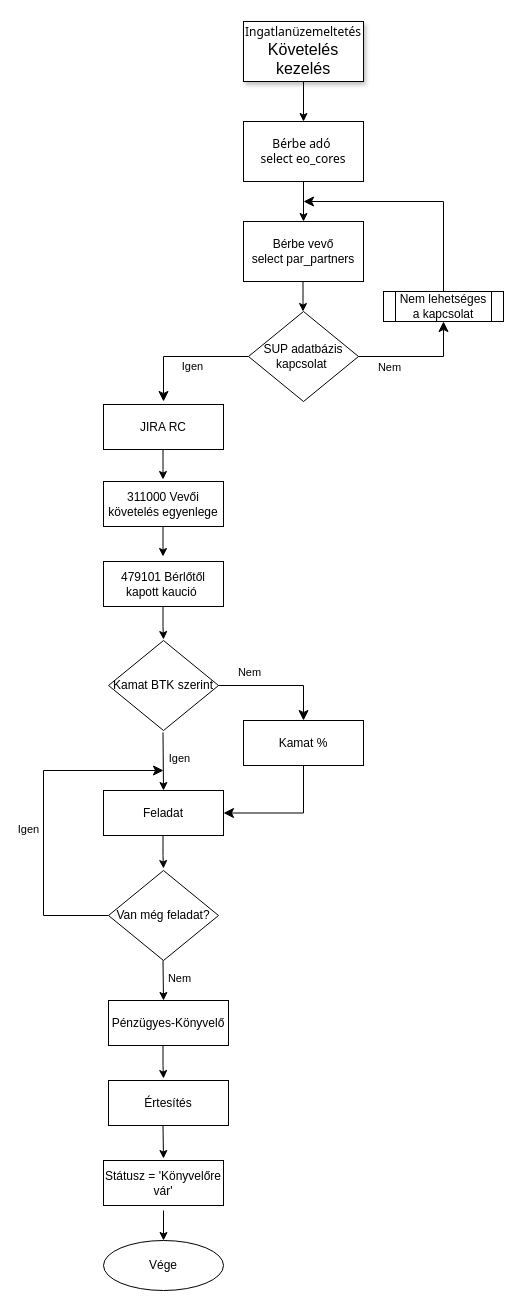
The draw.io diagram assets-input.drawio in Cgyulas0525/indotek_erp, before the edit. Source tidied: cells renumbered, new cells numbered last; positions are measured from the earlier drawing's top-left corner, leaving out a move shared by most shapes. Both pictures are drawn from the tidied source at 100%, with x=0, y=0 at pixel (43, 21).
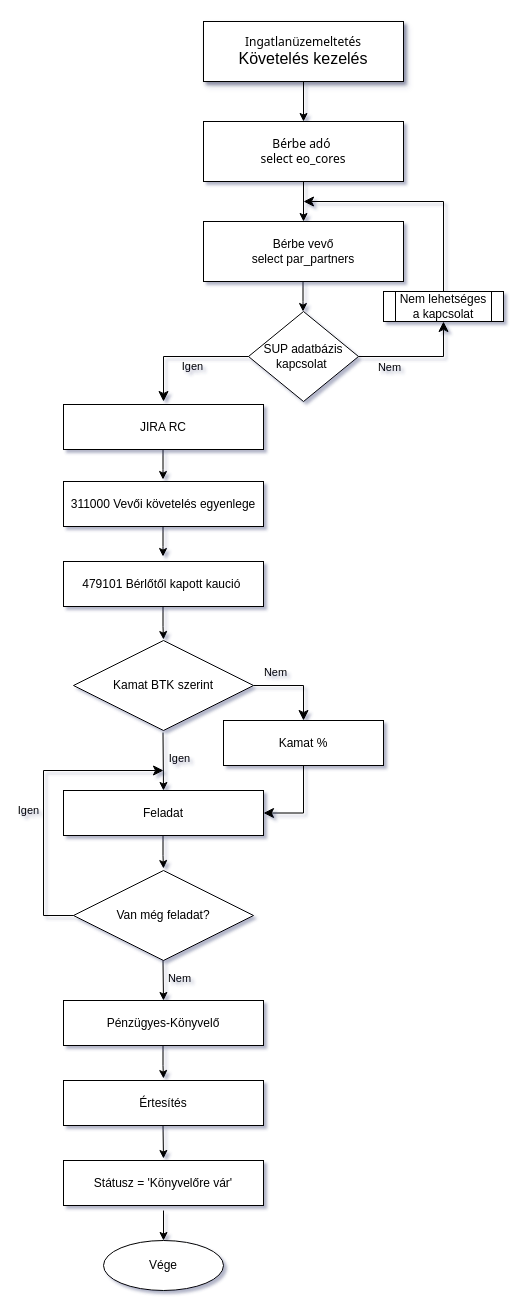
The same page after the edit.

Diff of the diagram source:
```diff
@@
-<mxGraphModel>
+<mxGraphModel shadow="1">
@@
     <mxCell id="2" value="&lt;font face=&quot;Tahoma&quot; style=&quot;font-size: 12px;&quot;&gt;Ingatlanüzemeltetés&lt;/font&gt;&lt;div&gt;&lt;font face=&quot;BtbKhpzwE4qU60kqDjoo&quot; size=&quot;3&quot;&gt;Követelés kezelés&lt;/font&gt;&lt;/div&gt;" style="rounded=0;whiteSpace=wrap;html=1;shadow=1;labelBackgroundColor=none;strokeWidth=1;fontFamily=Verdana;fontSize=8;align=center;" parent="1" vertex="1">
-      <mxGeometry x="200" width="120" height="60" as="geometry" />
+      <mxGeometry x="160" width="200" height="60" as="geometry" />
     </mxCell>
@@
     <mxCell id="4" value="&lt;font face=&quot;Tahoma&quot;&gt;Bérbe adó&amp;nbsp;&lt;/font&gt;&lt;div&gt;&lt;font face=&quot;Tahoma&quot;&gt;select eo_cores&lt;/font&gt;&lt;/div&gt;" style="rounded=0;whiteSpace=wrap;html=1;labelBackgroundColor=none;" parent="1" vertex="1">
-      <mxGeometry x="200" y="100" width="120" height="60" as="geometry" />
+      <mxGeometry x="160" y="100" width="200" height="60" as="geometry" />
     </mxCell>
     <mxCell id="5" value="Bérbe vevő&lt;div&gt;select par_partners&lt;/div&gt;" style="rounded=0;whiteSpace=wrap;html=1;labelBackgroundColor=none;" parent="1" vertex="1">
-      <mxGeometry x="200" y="200" width="120" height="60" as="geometry" />
+      <mxGeometry x="160" y="200" width="200" height="60" as="geometry" />
     </mxCell>
@@
     <mxCell id="15" value="JIRA RC" style="rounded=0;whiteSpace=wrap;html=1;labelBackgroundColor=none;" parent="1" vertex="1">
-      <mxGeometry x="60" y="383" width="120" height="45" as="geometry" />
+      <mxGeometry x="20" y="383" width="200" height="45" as="geometry" />
     </mxCell>
@@
     <mxCell id="17" value="311000 Vevői követelés egyenlege" style="rounded=0;whiteSpace=wrap;html=1;labelBackgroundColor=none;" parent="1" vertex="1">
-      <mxGeometry x="60" y="460" width="120" height="45" as="geometry" />
+      <mxGeometry x="20" y="460" width="200" height="45" as="geometry" />
     </mxCell>
     <mxCell id="18" value="479101 Bérlőtől kapott kaució&amp;nbsp;" style="rounded=0;whiteSpace=wrap;html=1;labelBackgroundColor=none;" parent="1" vertex="1">
-      <mxGeometry x="60" y="540" width="120" height="45" as="geometry" />
+      <mxGeometry x="20" y="540" width="200" height="45" as="geometry" />
     </mxCell>
@@
     <mxCell id="21" value="Kamat BTK szerint" style="rhombus;whiteSpace=wrap;html=1;rounded=0;labelBackgroundColor=none;" parent="1" vertex="1">
-      <mxGeometry x="65" y="619" width="110" height="90" as="geometry" />
+      <mxGeometry x="30" y="619" width="180" height="90" as="geometry" />
     </mxCell>
-    <mxCell id="22" style="edgeStyle=elbowEdgeStyle;elbow=horizontal;endArrow=classic;html=1;curved=0;rounded=0;endSize=8;startSize=8;exitX=1;exitY=0.5;exitDx=0;exitDy=0;labelBackgroundColor=none;fontColor=default;" parent="1" edge="1">
+    <mxCell id="22" style="edgeStyle=elbowEdgeStyle;elbow=horizontal;endArrow=classic;html=1;curved=0;rounded=0;endSize=8;startSize=8;exitX=1;exitY=0.5;exitDx=0;exitDy=0;labelBackgroundColor=none;fontColor=default;" parent="1" edge="1" source="21">
       <mxGeometry relative="1" as="geometry">
-        <mxPoint x="175" y="664" as="sourcePoint" />
         <mxPoint x="260" y="699" as="targetPoint" />
         <Array as="points">
           <mxPoint x="260" y="709" />
         </Array>
       </mxGeometry>
     </mxCell>
@@
     <mxCell id="24" value="Kamat %" style="rounded=0;whiteSpace=wrap;html=1;labelBackgroundColor=none;" parent="1" vertex="1">
-      <mxGeometry x="200" y="699" width="120" height="45" as="geometry" />
+      <mxGeometry x="180" y="699" width="160" height="45" as="geometry" />
     </mxCell>
     <mxCell id="25" value="Feladat" style="rounded=0;whiteSpace=wrap;html=1;labelBackgroundColor=none;" parent="1" vertex="1">
-      <mxGeometry x="60" y="769" width="120" height="45" as="geometry" />
+      <mxGeometry x="20" y="769" width="200" height="45" as="geometry" />
     </mxCell>
@@
     <mxCell id="29" value="Van még feladat?" style="rhombus;whiteSpace=wrap;html=1;rounded=0;labelBackgroundColor=none;" parent="1" vertex="1">
-      <mxGeometry x="65" y="849" width="110" height="90" as="geometry" />
+      <mxGeometry x="30" y="849" width="180" height="90" as="geometry" />
     </mxCell>
@@
     <mxCell id="36" value="Pénzügyes-Könyvelő" style="rounded=0;whiteSpace=wrap;html=1;labelBackgroundColor=none;" parent="1" vertex="1">
-      <mxGeometry x="65" y="979" width="120" height="45" as="geometry" />
+      <mxGeometry x="20" y="979" width="200" height="45" as="geometry" />
     </mxCell>
@@
     <mxCell id="38" value="Értesítés" style="rounded=0;whiteSpace=wrap;html=1;labelBackgroundColor=none;" parent="1" vertex="1">
-      <mxGeometry x="65" y="1059" width="120" height="45" as="geometry" />
+      <mxGeometry x="20" y="1059" width="200" height="45" as="geometry" />
     </mxCell>
     <mxCell id="39" value="Státusz = 'Könyvelőre vár'" style="rounded=0;whiteSpace=wrap;html=1;labelBackgroundColor=none;" parent="1" vertex="1">
-      <mxGeometry x="60" y="1139" width="120" height="45" as="geometry" />
+      <mxGeometry x="20" y="1139" width="200" height="45" as="geometry" />
     </mxCell>
```
